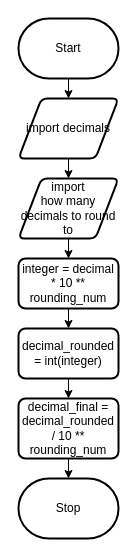
Earlier version of the draw.io diagram Untitled Diagram.drawio (Ethan-Gravelle/ICS3U-Unit5-06-Python-Rounding-Program). Source tidied: cells renumbered, new cells numbered last; positions are measured from the earlier drawing's top-left corner, leaving out a move shared by most shapes. Both pictures are drawn from the tidied source at 100%, with x=0, y=0 at pixel (18, 18).
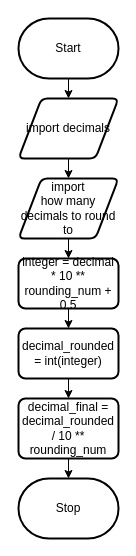
The same diagram, later.

What changed in the source:
```diff
@@
 <mxGraphModel>
   <root>
     <mxCell id="0" />
     <mxCell id="1" parent="0" />
     <mxCell id="2" style="edgeStyle=orthogonalEdgeStyle;rounded=0;jettySize=auto;html=1;exitX=0.5;exitY=1;exitDx=0;exitDy=0;exitPerimeter=0;entryX=0.5;entryY=0;entryDx=0;entryDy=0;" parent="1" edge="1" source="3" target="5">
       <mxGeometry relative="1" as="geometry" />
     </mxCell>
     <mxCell id="3" value="Start" style="strokeWidth=2;html=1;shape=mxgraph.flowchart.terminator;whiteSpace=wrap;" parent="1" vertex="1">
       <mxGeometry width="100" height="60" as="geometry" />
     </mxCell>
     <mxCell id="4" style="edgeStyle=orthogonalEdgeStyle;rounded=0;jettySize=auto;html=1;exitX=0.5;exitY=1;exitDx=0;exitDy=0;entryX=0.5;entryY=0;entryDx=0;entryDy=0;" parent="1" edge="1" source="5" target="7">
       <mxGeometry relative="1" as="geometry" />
     </mxCell>
     <mxCell id="5" value="import decimals" style="shape=parallelogram;html=1;strokeWidth=2;perimeter=parallelogramPerimeter;whiteSpace=wrap;rounded=1;arcSize=12;size=0.23;" parent="1" vertex="1">
       <mxGeometry y="80" width="100" height="60" as="geometry" />
     </mxCell>
     <mxCell id="6" style="edgeStyle=orthogonalEdgeStyle;rounded=0;jettySize=auto;html=1;exitX=0.5;exitY=1;exitDx=0;exitDy=0;entryX=0.5;entryY=0;entryDx=0;entryDy=0;" parent="1" edge="1" source="7" target="9">
       <mxGeometry relative="1" as="geometry" />
     </mxCell>
     <mxCell id="7" value="import &lt;br&gt;how many decimals to round to" style="shape=parallelogram;html=1;strokeWidth=2;perimeter=parallelogramPerimeter;whiteSpace=wrap;rounded=1;arcSize=12;size=0.23;" parent="1" vertex="1">
       <mxGeometry y="160" width="100" height="60" as="geometry" />
     </mxCell>
     <mxCell id="8" style="edgeStyle=orthogonalEdgeStyle;rounded=0;jettySize=auto;html=1;exitX=0.5;exitY=1;exitDx=0;exitDy=0;entryX=0.5;entryY=0;entryDx=0;entryDy=0;" parent="1" edge="1" source="9" target="11">
       <mxGeometry relative="1" as="geometry" />
     </mxCell>
-    <mxCell id="9" value="integer = decimal * 10 ** rounding_num" style="rounded=1;whiteSpace=wrap;html=1;absoluteArcSize=1;arcSize=14;strokeWidth=2;" parent="1" vertex="1">
+    <mxCell id="9" value="integer = decimal * 10 ** rounding_num + 0.5" style="rounded=1;whiteSpace=wrap;html=1;absoluteArcSize=1;arcSize=14;strokeWidth=2;" parent="1" vertex="1">
       <mxGeometry y="240" width="100" height="50" as="geometry" />
     </mxCell>
     <mxCell id="10" style="edgeStyle=orthogonalEdgeStyle;rounded=0;jettySize=auto;html=1;exitX=0.5;exitY=1;exitDx=0;exitDy=0;entryX=0.5;entryY=0;entryDx=0;entryDy=0;" parent="1" edge="1" source="11" target="13">
       <mxGeometry relative="1" as="geometry" />
     </mxCell>
     <mxCell id="11" value="decimal_rounded = int(integer)" style="rounded=1;whiteSpace=wrap;html=1;absoluteArcSize=1;arcSize=14;strokeWidth=2;" parent="1" vertex="1">
       <mxGeometry y="310" width="100" height="50" as="geometry" />
     </mxCell>
     <mxCell id="12" style="edgeStyle=orthogonalEdgeStyle;rounded=0;jettySize=auto;html=1;exitX=0.5;exitY=1;exitDx=0;exitDy=0;entryX=0.5;entryY=0;entryDx=0;entryDy=0;entryPerimeter=0;" parent="1" edge="1" source="13" target="14">
       <mxGeometry relative="1" as="geometry" />
     </mxCell>
     <mxCell id="13" value="decimal_final = decimal_rounded / 10 ** rounding_num" style="rounded=1;whiteSpace=wrap;html=1;absoluteArcSize=1;arcSize=14;strokeWidth=2;" parent="1" vertex="1">
       <mxGeometry y="380" width="100" height="60" as="geometry" />
     </mxCell>
     <mxCell id="14" value="Stop" style="strokeWidth=2;html=1;shape=mxgraph.flowchart.terminator;whiteSpace=wrap;" parent="1" vertex="1">
       <mxGeometry y="460" width="100" height="60" as="geometry" />
     </mxCell>
   </root>
 </mxGraphModel>
```
